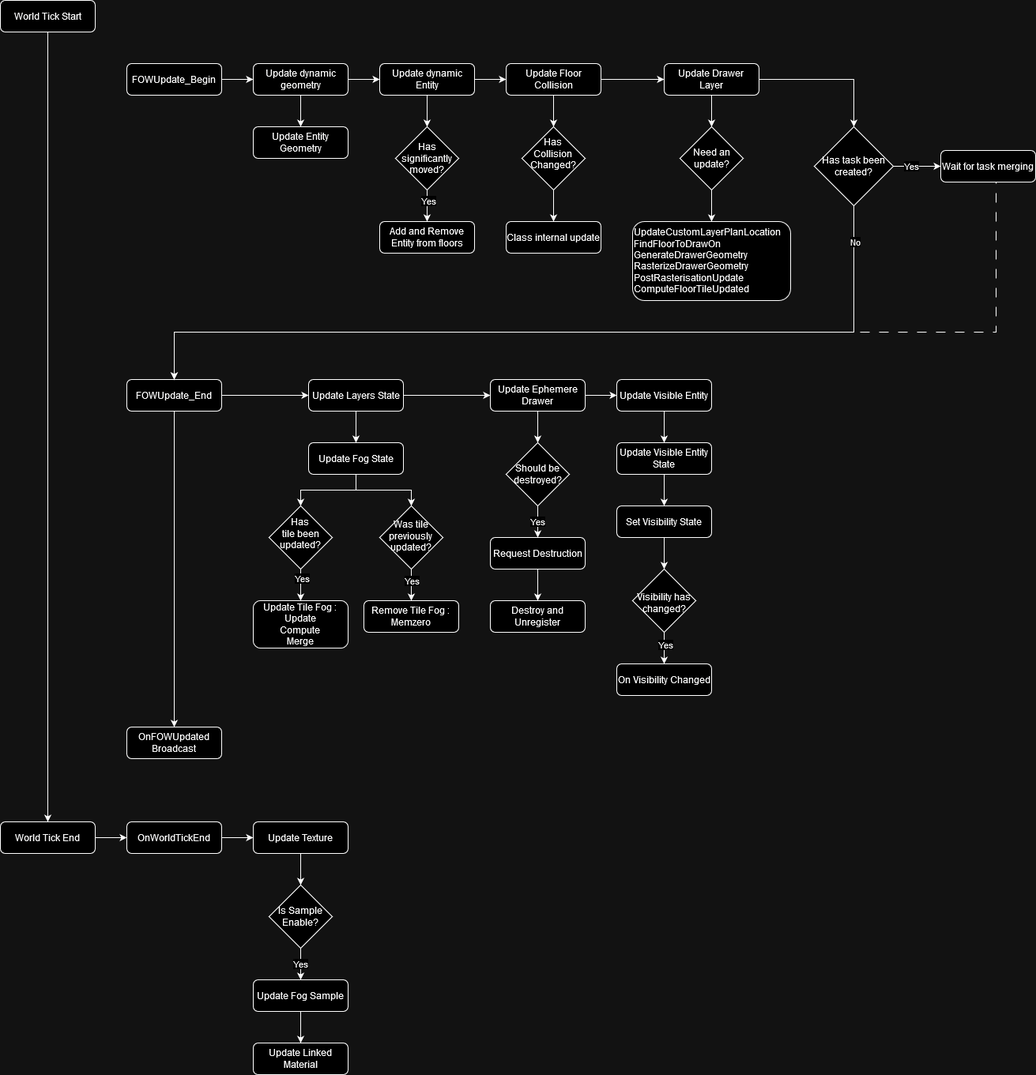
Earlier version of the draw.io export FOW/book/assets/Architecture/Handler/FOWUpdate.drawio.png (gandoulf/enzo-resse). Source tidied: cells renumbered, new cells last; positions are measured from the earlier drawing's top-left corner, leaving out a move shared by most shapes.
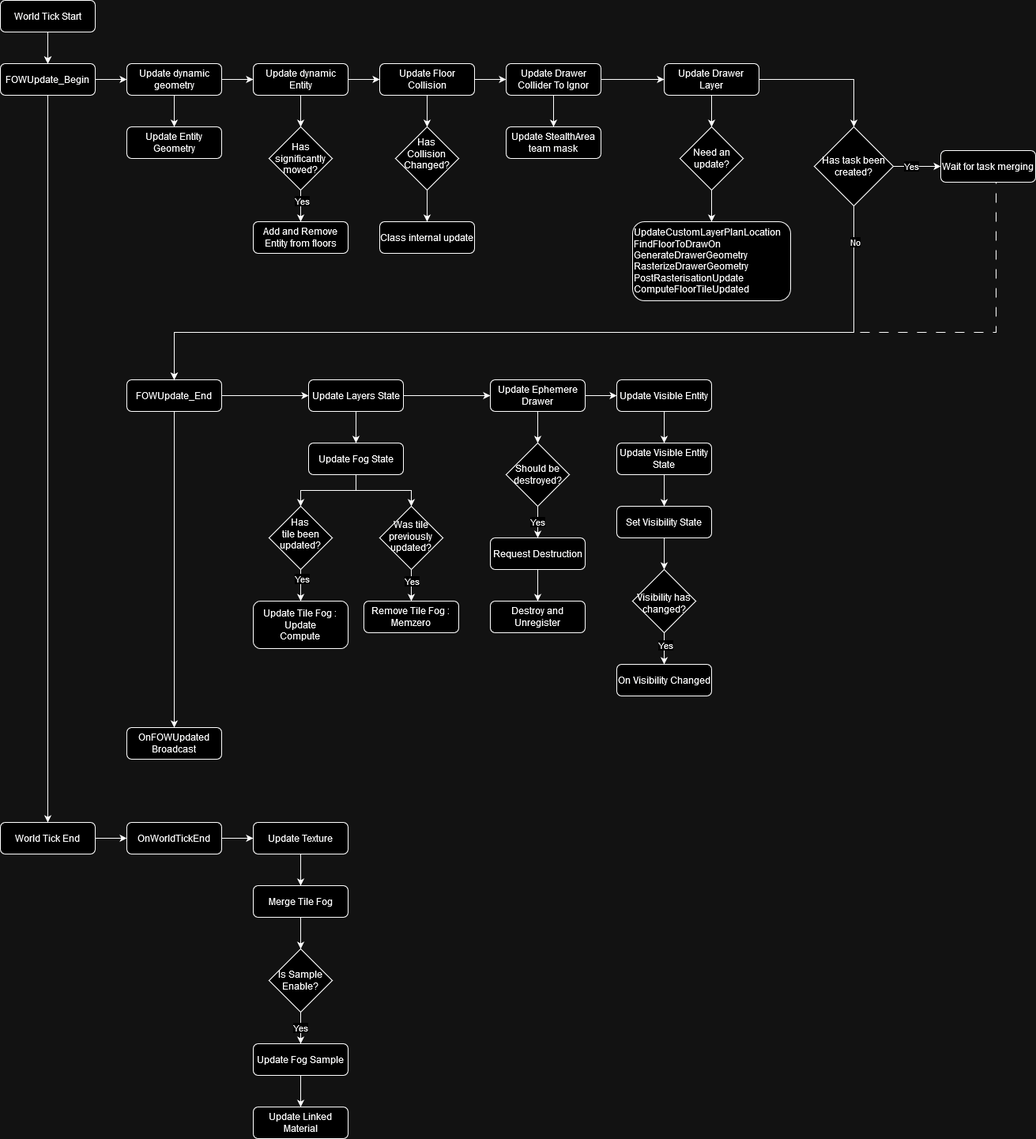
After the change.

The edit, as a diff of the source:
```diff
@@ -5,9 +5,6 @@
     <mxCell id="2" style="edgeStyle=orthogonalEdgeStyle;rounded=0;jettySize=auto;html=1;" parent="1" edge="1" source="3" target="10">
       <mxGeometry relative="1" as="geometry" />
     </mxCell>
-    <mxCell id="3" value="FOWUpdate_Begin" style="rounded=1;whiteSpace=wrap;html=1;fontSize=12;glass=0;strokeWidth=1;shadow=0;" parent="1" vertex="1">
-      <mxGeometry x="160" y="80" width="120" height="40" as="geometry" />
-    </mxCell>
     <mxCell id="4" style="edgeStyle=orthogonalEdgeStyle;rounded=0;jettySize=auto;html=1;exitX=0.5;exitY=1;exitDx=0;exitDy=0;entryX=0.5;entryY=0;entryDx=0;entryDy=0;" parent="1" edge="1" source="6" target="7">
       <mxGeometry relative="1" as="geometry" />
     </mxCell>
@@ -27,7 +24,7 @@
       <mxGeometry relative="1" as="geometry" />
     </mxCell>
     <mxCell id="10" value="Update dynamic geometry" style="whiteSpace=wrap;html=1;rounded=1;glass=0;strokeWidth=1;shadow=0;" parent="1" vertex="1">
-      <mxGeometry x="320" y="80" width="120" height="40" as="geometry" />
+      <mxGeometry x="160" y="80" width="120" height="40" as="geometry" />
     </mxCell>
     <mxCell id="11" style="edgeStyle=orthogonalEdgeStyle;rounded=0;jettySize=auto;html=1;" parent="1" edge="1" source="13" target="16">
       <mxGeometry relative="1" as="geometry" />
@@ -36,18 +33,18 @@
       <mxGeometry relative="1" as="geometry" />
     </mxCell>
     <mxCell id="13" value="Update dynamic Entity" style="whiteSpace=wrap;html=1;rounded=1;glass=0;strokeWidth=1;shadow=0;" parent="1" vertex="1">
-      <mxGeometry x="480" y="80" width="120" height="40" as="geometry" />
+      <mxGeometry x="320" y="80" width="120" height="40" as="geometry" />
     </mxCell>
-    <mxCell id="14" style="edgeStyle=orthogonalEdgeStyle;rounded=0;jettySize=auto;html=1;" parent="1" edge="1" source="16" target="19">
-      <mxGeometry relative="1" as="geometry" />
-    </mxCell>
     <mxCell id="15" style="edgeStyle=orthogonalEdgeStyle;rounded=0;jettySize=auto;html=1;exitX=0.5;exitY=1;exitDx=0;exitDy=0;entryX=0.5;entryY=0;entryDx=0;entryDy=0;" parent="1" edge="1" source="16">
       <mxGeometry relative="1" as="geometry">
-        <mxPoint x="700" y="160" as="targetPoint" />
+        <mxPoint x="540" y="160" as="targetPoint" />
       </mxGeometry>
     </mxCell>
+    <mxCell id="83" style="edgeStyle=orthogonalEdgeStyle;rounded=0;jettySize=auto;html=1;" parent="1" edge="1" source="16" target="90">
+      <mxGeometry relative="1" as="geometry" />
+    </mxCell>
     <mxCell id="16" value="Update Floor Collision" style="whiteSpace=wrap;html=1;rounded=1;glass=0;strokeWidth=1;shadow=0;" parent="1" vertex="1">
-      <mxGeometry x="640" y="80" width="120" height="40" as="geometry" />
+      <mxGeometry x="480" y="80" width="120" height="40" as="geometry" />
     </mxCell>
     <mxCell id="17" style="edgeStyle=orthogonalEdgeStyle;rounded=0;jettySize=auto;html=1;exitX=0.5;exitY=1;exitDx=0;exitDy=0;entryX=0.5;entryY=0;entryDx=0;entryDy=0;" parent="1" edge="1" source="19" target="29">
       <mxGeometry relative="1" as="geometry" />
@@ -65,22 +62,22 @@
       <mxGeometry x="-0.35" y="1" relative="1" as="geometry" />
     </mxCell>
     <mxCell id="22" value="Has significantly moved?" style="rhombus;whiteSpace=wrap;html=1;" parent="1" vertex="1">
-      <mxGeometry x="500" y="160" width="80" height="80" as="geometry" />
+      <mxGeometry x="340" y="160" width="80" height="80" as="geometry" />
     </mxCell>
     <mxCell id="23" value="Add and Remove Entity from floors" style="whiteSpace=wrap;html=1;rounded=1;glass=0;strokeWidth=1;shadow=0;" parent="1" vertex="1">
-      <mxGeometry x="480" y="280" width="120" height="40" as="geometry" />
+      <mxGeometry x="320" y="280" width="120" height="40" as="geometry" />
     </mxCell>
     <mxCell id="24" value="Update Entity Geometry" style="whiteSpace=wrap;html=1;rounded=1;glass=0;strokeWidth=1;shadow=0;" parent="1" vertex="1">
-      <mxGeometry x="320" y="160" width="120" height="40" as="geometry" />
+      <mxGeometry x="160" y="160" width="120" height="40" as="geometry" />
     </mxCell>
     <mxCell id="25" style="edgeStyle=orthogonalEdgeStyle;rounded=0;jettySize=auto;html=1;exitX=0.5;exitY=1;exitDx=0;exitDy=0;entryX=0.5;entryY=0;entryDx=0;entryDy=0;" parent="1" edge="1" source="26" target="27">
       <mxGeometry relative="1" as="geometry" />
     </mxCell>
     <mxCell id="26" value="Has&lt;br&gt;Collision&lt;br&gt;Changed?" style="rhombus;whiteSpace=wrap;html=1;spacingTop=-12;" parent="1" vertex="1">
-      <mxGeometry x="660" y="160" width="80" height="80" as="geometry" />
+      <mxGeometry x="500" y="160" width="80" height="80" as="geometry" />
     </mxCell>
     <mxCell id="27" value="Class internal update" style="whiteSpace=wrap;html=1;rounded=1;glass=0;strokeWidth=1;shadow=0;" parent="1" vertex="1">
-      <mxGeometry x="640" y="280" width="120" height="40" as="geometry" />
+      <mxGeometry x="480" y="280" width="120" height="40" as="geometry" />
     </mxCell>
     <mxCell id="28" style="edgeStyle=orthogonalEdgeStyle;rounded=0;jettySize=auto;html=1;exitX=0.5;exitY=1;exitDx=0;exitDy=0;entryX=0.5;entryY=0;entryDx=0;entryDy=0;" parent="1" edge="1" source="29" target="30">
       <mxGeometry relative="1" as="geometry" />
@@ -132,9 +129,9 @@
     <mxCell id="40" value="Update Layers State" style="rounded=1;whiteSpace=wrap;html=1;fontSize=12;glass=0;strokeWidth=1;shadow=0;" parent="1" vertex="1">
       <mxGeometry x="390" y="480" width="120" height="40" as="geometry" />
     </mxCell>
-    <mxCell id="41" style="edgeStyle=orthogonalEdgeStyle;rounded=0;jettySize=auto;html=1;exitX=0.5;exitY=1;exitDx=0;exitDy=0;entryX=0.5;entryY=0;entryDx=0;entryDy=0;" parent="1" edge="1" source="42" target="60">
-      <mxGeometry relative="1" as="geometry" />
-    </mxCell>
+    <mxCell id="84" style="edgeStyle=orthogonalEdgeStyle;rounded=0;jettySize=auto;html=1;" parent="1" edge="1" source="42" target="92">
+      <mxGeometry relative="1" as="geometry" />
+    </mxCell>
     <mxCell id="42" value="Update Texture" style="rounded=1;whiteSpace=wrap;html=1;fontSize=12;glass=0;strokeWidth=1;shadow=0;" parent="1" vertex="1">
       <mxGeometry x="320" y="1040" width="120" height="40" as="geometry" />
     </mxCell>
@@ -171,7 +168,7 @@
     <mxCell id="53" value="Has&lt;br&gt; tile been updated? " style="rhombus;whiteSpace=wrap;html=1;spacingTop=-10;" parent="1" vertex="1">
       <mxGeometry x="340" y="640" width="80" height="80" as="geometry" />
     </mxCell>
-    <mxCell id="54" value="Update Tile Fog : &lt;br&gt;Update&lt;br&gt;Compute&lt;br&gt;Merge" style="rounded=1;whiteSpace=wrap;html=1;fontSize=12;glass=0;strokeWidth=1;shadow=0;" parent="1" vertex="1">
+    <mxCell id="54" value="Update Tile Fog : &lt;br&gt;Update&lt;br&gt;Compute" style="rounded=1;whiteSpace=wrap;html=1;fontSize=12;glass=0;strokeWidth=1;shadow=0;" parent="1" vertex="1">
       <mxGeometry x="320" y="760" width="120" height="60" as="geometry" />
     </mxCell>
     <mxCell id="55" style="edgeStyle=orthogonalEdgeStyle;rounded=0;jettySize=auto;html=1;exitX=0.5;exitY=1;exitDx=0;exitDy=0;" parent="1" edge="1" source="57" target="58">
@@ -190,16 +187,16 @@
       <mxGeometry relative="1" as="geometry" />
     </mxCell>
     <mxCell id="60" value="Is Sample Enable?" style="rhombus;whiteSpace=wrap;html=1;" parent="1" vertex="1">
-      <mxGeometry x="340" y="1120" width="80" height="80" as="geometry" />
+      <mxGeometry x="340" y="1200" width="80" height="80" as="geometry" />
     </mxCell>
     <mxCell id="61" style="edgeStyle=orthogonalEdgeStyle;rounded=0;jettySize=auto;html=1;" parent="1" edge="1" source="62" target="63">
       <mxGeometry relative="1" as="geometry" />
     </mxCell>
     <mxCell id="62" value="Update Fog Sample" style="rounded=1;whiteSpace=wrap;html=1;fontSize=12;glass=0;strokeWidth=1;shadow=0;" parent="1" vertex="1">
-      <mxGeometry x="320" y="1240" width="120" height="40" as="geometry" />
+      <mxGeometry x="320" y="1320" width="120" height="40" as="geometry" />
     </mxCell>
     <mxCell id="63" value="Update Linked Material" style="rounded=1;whiteSpace=wrap;html=1;fontSize=12;glass=0;strokeWidth=1;shadow=0;" parent="1" vertex="1">
-      <mxGeometry x="320" y="1320" width="120" height="40" as="geometry" />
+      <mxGeometry x="320" y="1400" width="120" height="40" as="geometry" />
     </mxCell>
     <mxCell id="64" value="Yes" style="edgeStyle=orthogonalEdgeStyle;rounded=0;jettySize=auto;html=1;exitX=0.5;exitY=1;exitDx=0;exitDy=0;entryX=0.5;entryY=0;entryDx=0;entryDy=0;" parent="1" edge="1" source="65" target="67">
       <mxGeometry relative="1" as="geometry" />
@@ -240,9 +237,9 @@
     <mxCell id="76" value="On Visibility Changed" style="rounded=1;whiteSpace=wrap;html=1;fontSize=12;glass=0;strokeWidth=1;shadow=0;" parent="1" vertex="1">
       <mxGeometry x="780" y="840" width="120" height="40" as="geometry" />
     </mxCell>
-    <mxCell id="77" style="edgeStyle=orthogonalEdgeStyle;rounded=0;jettySize=auto;html=1;" parent="1" edge="1" source="78" target="80">
-      <mxGeometry relative="1" as="geometry" />
-    </mxCell>
+    <mxCell id="85" style="edgeStyle=orthogonalEdgeStyle;rounded=0;jettySize=auto;html=1;exitX=0.5;exitY=1;exitDx=0;exitDy=0;entryX=0.5;entryY=0;entryDx=0;entryDy=0;" parent="1" edge="1" source="78" target="3">
+      <mxGeometry relative="1" as="geometry" />
+    </mxCell>
     <mxCell id="78" value="World Tick Start" style="rounded=1;whiteSpace=wrap;html=1;fontSize=12;glass=0;strokeWidth=1;shadow=0;" parent="1" vertex="1">
       <mxGeometry width="120" height="40" as="geometry" />
     </mxCell>
@@ -258,5 +255,32 @@
     <mxCell id="82" value="OnWorldTickEnd" style="rounded=1;whiteSpace=wrap;html=1;fontSize=12;glass=0;strokeWidth=1;shadow=0;" parent="1" vertex="1">
       <mxGeometry x="160" y="1040" width="120" height="40" as="geometry" />
     </mxCell>
+    <mxCell id="86" style="edgeStyle=orthogonalEdgeStyle;rounded=0;jettySize=auto;html=1;" parent="1" edge="1" source="78" target="3">
+      <mxGeometry relative="1" as="geometry" />
+    </mxCell>
+    <mxCell id="87" style="edgeStyle=orthogonalEdgeStyle;rounded=0;jettySize=auto;html=1;exitX=0.5;exitY=1;exitDx=0;exitDy=0;entryX=0.5;entryY=0;entryDx=0;entryDy=0;" parent="1" edge="1" source="3" target="80">
+      <mxGeometry relative="1" as="geometry" />
+    </mxCell>
+    <mxCell id="3" value="FOWUpdate_Begin" style="rounded=1;whiteSpace=wrap;html=1;fontSize=12;glass=0;strokeWidth=1;shadow=0;" parent="1" vertex="1">
+      <mxGeometry y="80" width="120" height="40" as="geometry" />
+    </mxCell>
+    <mxCell id="88" style="edgeStyle=orthogonalEdgeStyle;rounded=0;jettySize=auto;html=1;exitX=1;exitY=0.5;exitDx=0;exitDy=0;entryX=0;entryY=0.5;entryDx=0;entryDy=0;" parent="1" edge="1" source="90" target="19">
+      <mxGeometry relative="1" as="geometry" />
+    </mxCell>
+    <mxCell id="89" style="edgeStyle=orthogonalEdgeStyle;rounded=0;jettySize=auto;html=1;exitX=0.5;exitY=1;exitDx=0;exitDy=0;entryX=0.5;entryY=0;entryDx=0;entryDy=0;" parent="1" edge="1" source="90" target="93">
+      <mxGeometry relative="1" as="geometry" />
+    </mxCell>
+    <mxCell id="90" value="&lt;div&gt;Update Drawer&lt;/div&gt;&lt;div&gt;Collider To Ignor&lt;/div&gt;" style="whiteSpace=wrap;html=1;rounded=1;glass=0;strokeWidth=1;shadow=0;" parent="1" vertex="1">
+      <mxGeometry x="640" y="80" width="120" height="40" as="geometry" />
+    </mxCell>
+    <mxCell id="91" style="edgeStyle=orthogonalEdgeStyle;rounded=0;jettySize=auto;html=1;exitX=0.5;exitY=1;exitDx=0;exitDy=0;entryX=0.5;entryY=0;entryDx=0;entryDy=0;" parent="1" edge="1" source="92" target="60">
+      <mxGeometry relative="1" as="geometry" />
+    </mxCell>
+    <mxCell id="92" value="Merge Tile Fog" style="rounded=1;whiteSpace=wrap;html=1;fontSize=12;glass=0;strokeWidth=1;shadow=0;" parent="1" vertex="1">
+      <mxGeometry x="320" y="1120" width="120" height="40" as="geometry" />
+    </mxCell>
+    <mxCell id="93" value="Update StealthArea team mask" style="whiteSpace=wrap;html=1;rounded=1;glass=0;strokeWidth=1;shadow=0;" parent="1" vertex="1">
+      <mxGeometry x="640" y="160" width="120" height="40" as="geometry" />
+    </mxCell>
   </root>
 </mxGraphModel>
```
